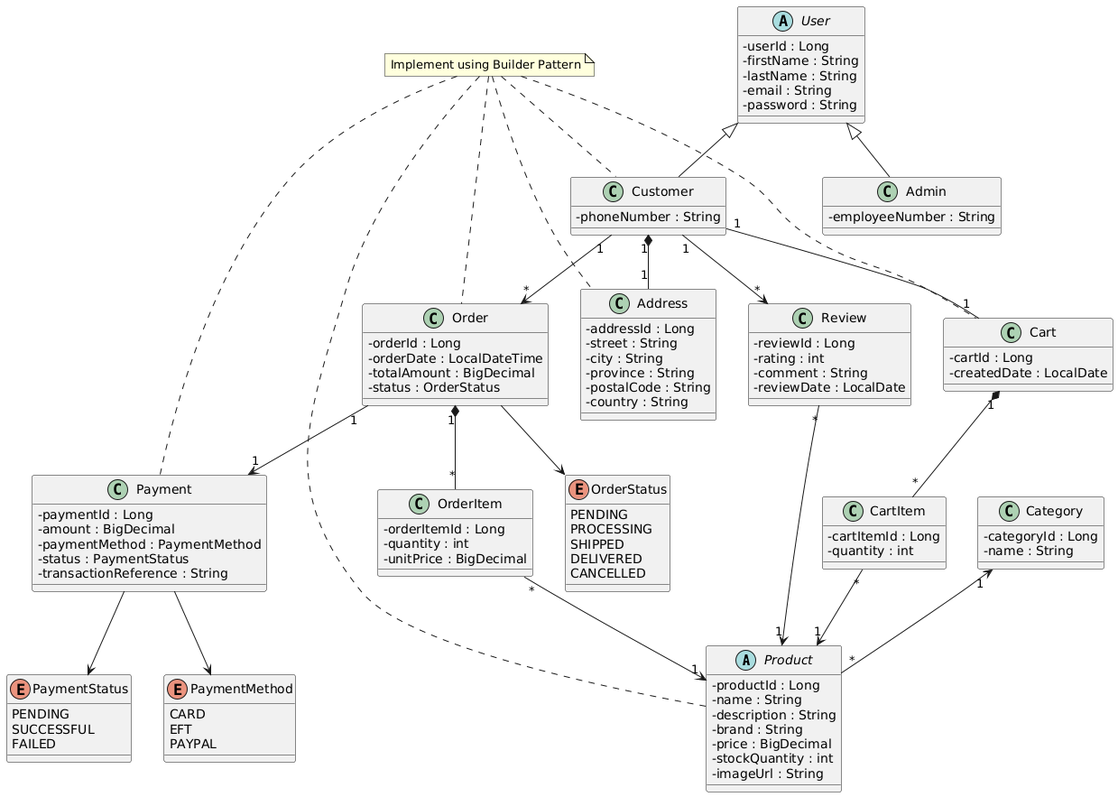
Before: UML.png, a diagram exported from PlantUML (La-eeq/RadiantSkin).
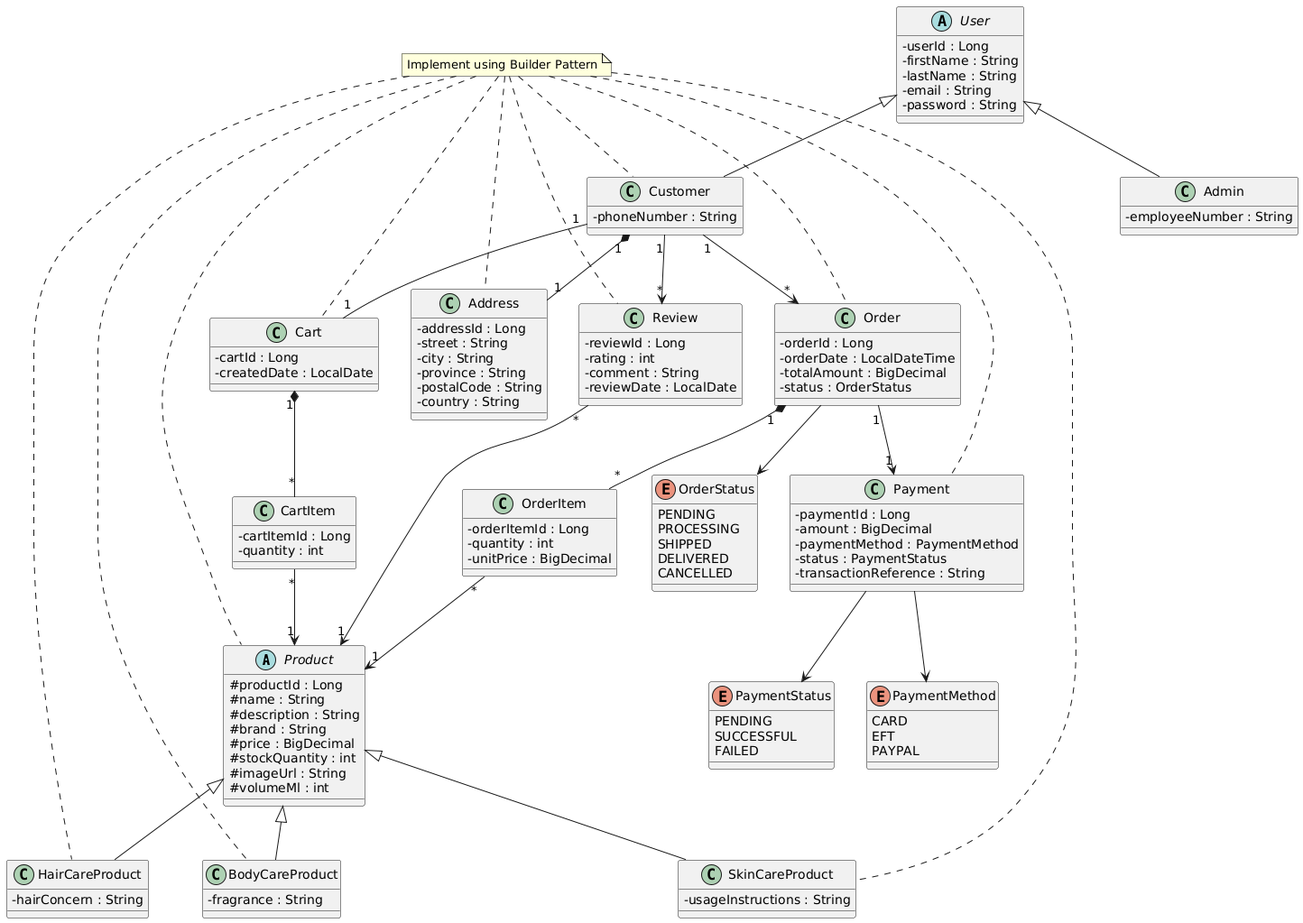
The same diagram one commit later.

Commit message:
Added abstract Product class with BodyCare, HairCare, and SkinCare builder implementations

Diff of the diagram source:
```diff
@@ -2,13 +2,14 @@
 skinparam classAttributeIconSize 0
 
 abstract class Product{
--productId : Long
--name : String
--description : String
--brand : String
--price : BigDecimal
--stockQuantity : int
--imageUrl : String
+#productId : Long
+#name : String
+#description : String
+#brand : String
+#price : BigDecimal
+#stockQuantity : int
+#imageUrl : String
+#volumeMl : int
 }
 
 abstract class User{
@@ -18,6 +19,22 @@
 -email : String
 -password : String
 }
+
+class SkinCareProduct{
+-usageInstructions : String
+}
+
+class HairCareProduct{
+-hairConcern : String
+}
+
+class BodyCareProduct{
+-fragrance : String
+}
+
+Product <|-- SkinCareProduct
+Product <|-- HairCareProduct
+Product <|-- BodyCareProduct
 
 class Customer{
 -phoneNumber : String
@@ -29,13 +46,6 @@
 
 User <|-- Customer
 User <|-- Admin
-
-class Category{
--categoryId : Long
--name : String
-}
-
-Category "1" <-- "*" Product
 
 class Address{
 -addressId : Long
@@ -126,9 +136,13 @@
 note "Implement using Builder Pattern" as Builder
 
 Builder .. Product
+Builder .. SkinCareProduct
+Builder .. HairCareProduct
+Builder .. BodyCareProduct
 Builder .. Customer
 Builder .. Address
 Builder .. Cart
 Builder .. Order
 Builder .. Payment
+Builder .. Review
 @enduml
```
